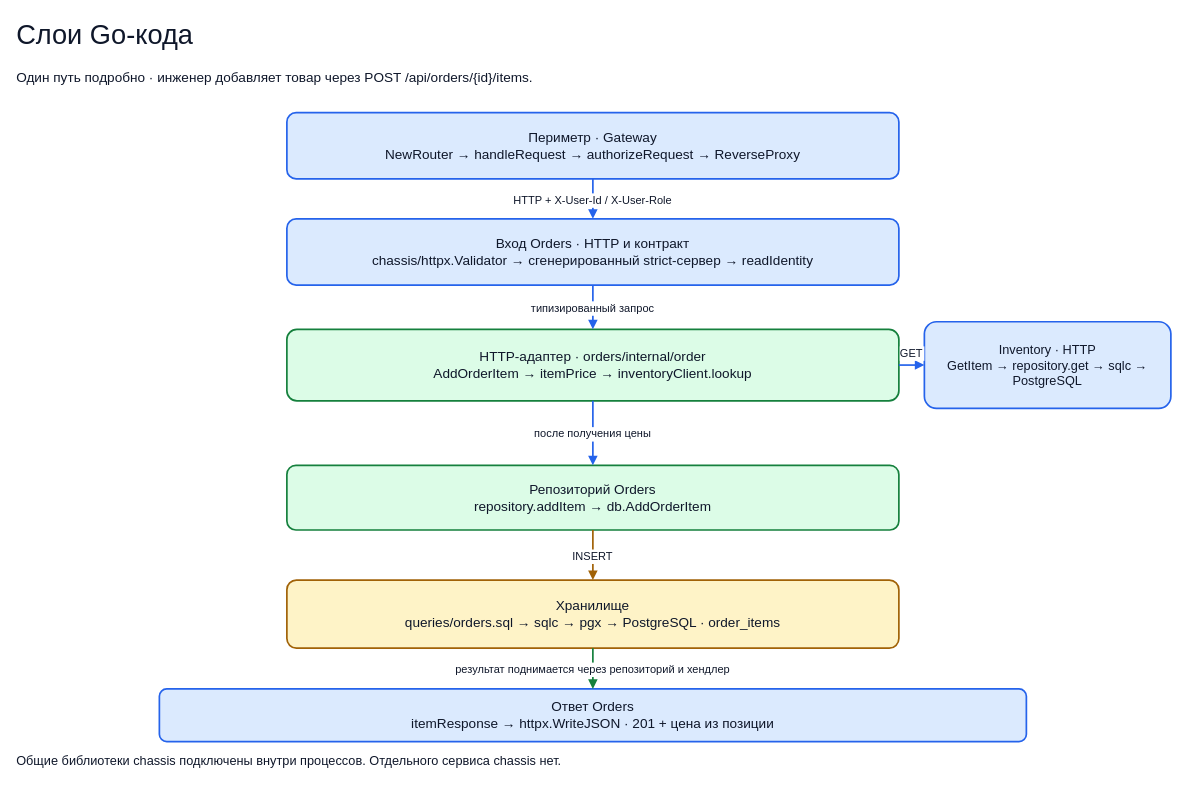
This is page "Слои Go-кода" (2 of 6) of architecture.drawio from TFRunity/sto, a draw.io file, before an edit. Source tidied: cells renumbered, new cells numbered last; positions are measured from the earlier drawing's top-left corner, leaving out a move shared by most shapes. Both pictures are drawn from the tidied source at 85%, with x=0, y=0 at pixel (14, 14).
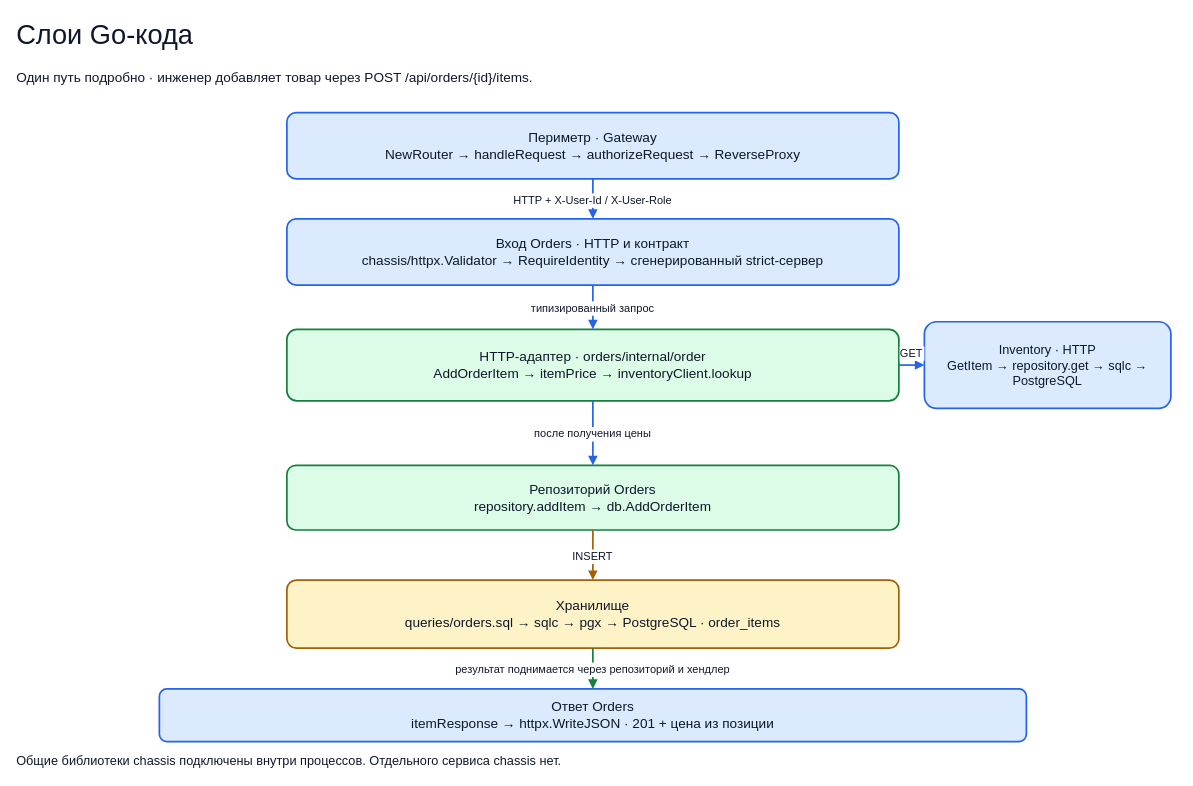
Above is the later version.

Commit message (it also covers changes not shown here):
docs: обновить схему потоков Vehicle и Orders

What changed in the source:
```diff
@@
 <mxGraphModel>
   <root>
     <mxCell id="0" />
     <mxCell id="1" parent="0" />
     <mxCell id="2" value="Слои Go-кода" style="text;html=0;whiteSpace=wrap;strokeColor=none;fillColor=none;align=left;fontSize=32;fontFamily=Arial;fontColor=#0f172a;verticalAlign=middle;" parent="1" vertex="1">
       <mxGeometry width="1360" height="48" as="geometry" />
     </mxCell>
     <mxCell id="3" value="Один путь подробно · инженер добавляет товар через POST /api/orders/{id}/items." style="text;html=0;whiteSpace=wrap;strokeColor=none;fillColor=none;align=left;fontSize=16;fontFamily=Arial;fontColor=#0f172a;verticalAlign=middle;" parent="1" vertex="1">
       <mxGeometry y="53" width="1360" height="40" as="geometry" />
     </mxCell>
     <mxCell id="4" value="Периметр · Gateway&#10;NewRouter → handleRequest → authorizeRequest → ReverseProxy" style="rounded=1;arcSize=14;whiteSpace=wrap;html=0;fillColor=#dbeafe;strokeColor=#2563eb;strokeWidth=2;spacing=8;fontSize=16;fontFamily=Arial;fontColor=#0f172a;verticalAlign=middle;" parent="1" vertex="1">
       <mxGeometry x="320" y="115" width="720" height="78" as="geometry" />
     </mxCell>
-    <mxCell id="5" value="Вход Orders · HTTP и контракт&#10;chassis/httpx.Validator → сгенерированный strict-сервер → readIdentity" style="rounded=1;arcSize=14;whiteSpace=wrap;html=0;fillColor=#dbeafe;strokeColor=#2563eb;strokeWidth=2;spacing=8;fontSize=16;fontFamily=Arial;fontColor=#0f172a;verticalAlign=middle;" parent="1" vertex="1">
+    <mxCell id="5" value="Вход Orders · HTTP и контракт&#10;chassis/httpx.Validator → RequireIdentity → сгенерированный strict-сервер" style="rounded=1;arcSize=14;whiteSpace=wrap;html=0;fillColor=#dbeafe;strokeColor=#2563eb;strokeWidth=2;spacing=8;fontSize=16;fontFamily=Arial;fontColor=#0f172a;verticalAlign=middle;" parent="1" vertex="1">
       <mxGeometry x="320" y="240" width="720" height="78" as="geometry" />
     </mxCell>
     <mxCell id="6" value="HTTP-адаптер · orders/internal/order&#10;AddOrderItem → itemPrice → inventoryClient.lookup" style="rounded=1;arcSize=14;whiteSpace=wrap;html=0;fillColor=#dcfce7;strokeColor=#15803d;strokeWidth=2;spacing=8;fontSize=16;fontFamily=Arial;fontColor=#0f172a;verticalAlign=middle;" parent="1" vertex="1">
       <mxGeometry x="320" y="370" width="720" height="84" as="geometry" />
     </mxCell>
     <mxCell id="7" value="Inventory · HTTP&#10;GetItem → repository.get → sqlc → PostgreSQL" style="rounded=1;arcSize=14;whiteSpace=wrap;html=0;fillColor=#dbeafe;strokeColor=#2563eb;strokeWidth=2;spacing=8;fontSize=15;fontFamily=Arial;fontColor=#0f172a;verticalAlign=middle;" parent="1" vertex="1">
       <mxGeometry x="1070" y="361" width="290" height="102" as="geometry" />
     </mxCell>
     <mxCell id="8" value="Репозиторий Orders&#10;repository.addItem → db.AddOrderItem" style="rounded=1;arcSize=14;whiteSpace=wrap;html=0;fillColor=#dcfce7;strokeColor=#15803d;strokeWidth=2;spacing=8;fontSize=16;fontFamily=Arial;fontColor=#0f172a;verticalAlign=middle;" parent="1" vertex="1">
       <mxGeometry x="320" y="530" width="720" height="76" as="geometry" />
     </mxCell>
     <mxCell id="9" value="Хранилище&#10;queries/orders.sql → sqlc → pgx → PostgreSQL · order_items" style="rounded=1;arcSize=14;whiteSpace=wrap;html=0;fillColor=#fef3c7;strokeColor=#a16207;strokeWidth=2;spacing=8;fontSize=16;fontFamily=Arial;fontColor=#0f172a;verticalAlign=middle;" parent="1" vertex="1">
       <mxGeometry x="320" y="665" width="720" height="80" as="geometry" />
     </mxCell>
     <mxCell id="10" value="Ответ Orders&#10;itemResponse → httpx.WriteJSON · 201 + цена из позиции" style="rounded=1;arcSize=14;whiteSpace=wrap;html=0;fillColor=#dbeafe;strokeColor=#2563eb;strokeWidth=2;spacing=8;fontSize=16;fontFamily=Arial;fontColor=#0f172a;verticalAlign=middle;" parent="1" vertex="1">
       <mxGeometry x="170" y="793" width="1020" height="62" as="geometry" />
     </mxCell>
     <mxCell id="11" value="HTTP + X-User-Id / X-User-Role" style="edgeStyle=orthogonalEdgeStyle;rounded=1;html=0;endArrow=block;endFill=1;strokeWidth=2;strokeColor=#2563eb;fontFamily=Arial;fontSize=13;fontColor=#0f172a;labelBackgroundColor=#ffffff;" parent="1" edge="1" source="4" target="5">
       <mxGeometry relative="1" as="geometry" />
     </mxCell>
     <mxCell id="12" value="типизированный запрос" style="edgeStyle=orthogonalEdgeStyle;rounded=1;html=0;endArrow=block;endFill=1;strokeWidth=2;strokeColor=#2563eb;fontFamily=Arial;fontSize=13;fontColor=#0f172a;labelBackgroundColor=#ffffff;" parent="1" edge="1" source="5" target="6">
       <mxGeometry relative="1" as="geometry" />
     </mxCell>
     <mxCell id="13" value="GET" style="edgeStyle=orthogonalEdgeStyle;rounded=1;html=0;endArrow=block;endFill=1;strokeWidth=2;strokeColor=#2563eb;fontFamily=Arial;fontSize=13;fontColor=#0f172a;labelBackgroundColor=#ffffff;" parent="1" edge="1" source="6" target="7">
       <mxGeometry relative="1" as="geometry">
         <mxPoint y="-15" as="offset" />
       </mxGeometry>
     </mxCell>
     <mxCell id="14" value="после получения цены" style="edgeStyle=orthogonalEdgeStyle;rounded=1;html=0;endArrow=block;endFill=1;strokeWidth=2;strokeColor=#2563eb;fontFamily=Arial;fontSize=13;fontColor=#0f172a;labelBackgroundColor=#ffffff;" parent="1" edge="1" source="6" target="8">
       <mxGeometry relative="1" as="geometry" />
     </mxCell>
     <mxCell id="15" value="INSERT" style="edgeStyle=orthogonalEdgeStyle;rounded=1;html=0;endArrow=block;endFill=1;strokeWidth=2;strokeColor=#a16207;fontFamily=Arial;fontSize=13;fontColor=#0f172a;labelBackgroundColor=#ffffff;" parent="1" edge="1" source="8" target="9">
       <mxGeometry relative="1" as="geometry" />
     </mxCell>
     <mxCell id="16" value="результат поднимается через репозиторий и хендлер" style="edgeStyle=orthogonalEdgeStyle;rounded=1;html=0;endArrow=block;endFill=1;strokeWidth=2;strokeColor=#15803d;fontFamily=Arial;fontSize=13;fontColor=#0f172a;labelBackgroundColor=#ffffff;" parent="1" edge="1" source="9" target="10">
       <mxGeometry relative="1" as="geometry" />
     </mxCell>
     <mxCell id="17" value="Общие библиотеки chassis подключены внутри процессов. Отдельного сервиса chassis нет." style="text;html=0;whiteSpace=wrap;strokeColor=none;fillColor=none;align=left;fontSize=15;fontFamily=Arial;fontColor=#0f172a;verticalAlign=middle;" parent="1" vertex="1">
       <mxGeometry y="862" width="1370" height="29" as="geometry" />
     </mxCell>
   </root>
 </mxGraphModel>
```
